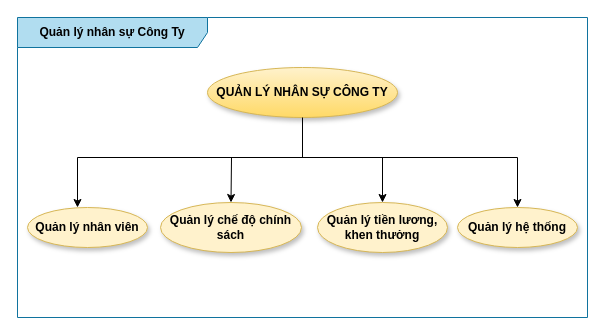
Above: Biểu đồ không có tiêu đề.drawio in phat289982/KiemTra_NguyenVietPhat (draw.io), before the change. Source tidied: cells renumbered, new cells numbered last; positions are measured from the earlier drawing's top-left corner, leaving out a move shared by most shapes. Both pictures are drawn from the tidied source at 100%, with x=0, y=0 at pixel (17, 17).
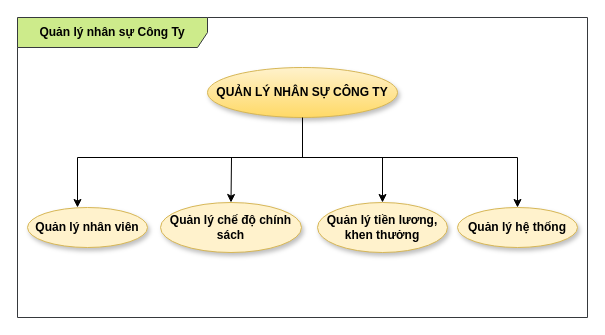
After the change.

Commit message:
Cập nhật Biểu đồ không có tiêu đề.drawio

Diff of the diagram source:
```diff
@@
 <mxGraphModel>
   <root>
     <mxCell id="0" />
     <mxCell id="1" parent="0" />
-    <mxCell id="2" value="Quản lý nhân sự Công Ty" style="shape=umlFrame;whiteSpace=wrap;html=1;width=190;height=30;fillColor=#b1ddf0;strokeColor=#10739e;fontStyle=1;" parent="1" vertex="1">
+    <mxCell id="2" value="Quản lý nhân sự Công Ty" style="shape=umlFrame;whiteSpace=wrap;html=1;width=190;height=30;fillColor=#cdeb8b;strokeColor=#36393d;fontStyle=1;" parent="1" vertex="1">
       <mxGeometry width="570" height="300" as="geometry" />
     </mxCell>
     <mxCell id="3" value="QUẢN LÝ NHÂN SỰ CÔNG TY" style="ellipse;whiteSpace=wrap;html=1;fillColor=#fff2cc;strokeColor=#d6b656;fillStyle=auto;shadow=1;sketch=0;fontStyle=1;gradientColor=#ffd966;" parent="1" vertex="1">
       <mxGeometry x="190" y="50" width="190" height="50" as="geometry" />
     </mxCell>
     <mxCell id="4" value="Quản lý nhân viên" style="ellipse;whiteSpace=wrap;html=1;fillColor=#fff2cc;strokeColor=#d6b656;shadow=1;fontStyle=1;" parent="1" vertex="1">
       <mxGeometry x="10" y="190" width="120" height="40" as="geometry" />
     </mxCell>
     <mxCell id="5" value="Quản lý chế độ chính sách" style="ellipse;whiteSpace=wrap;html=1;fontStyle=1;fillColor=#fff2cc;strokeColor=#d6b656;shadow=1;" parent="1" vertex="1">
       <mxGeometry x="143" y="185" width="141" height="50" as="geometry" />
     </mxCell>
     <mxCell id="6" value="Quản lý tiền lương,&lt;br&gt;khen thưởng" style="ellipse;whiteSpace=wrap;html=1;fontStyle=1;fillColor=#fff2cc;strokeColor=#d6b656;shadow=1;" parent="1" vertex="1">
       <mxGeometry x="300" y="185" width="130" height="50" as="geometry" />
     </mxCell>
     <mxCell id="7" value="Quản lý hệ thống" style="ellipse;whiteSpace=wrap;html=1;fontStyle=1;fillColor=#fff2cc;strokeColor=#d6b656;shadow=1;" parent="1" vertex="1">
       <mxGeometry x="440" y="190" width="120" height="40" as="geometry" />
     </mxCell>
     <mxCell id="8" style="endArrow=none;html=1;rounded=0;" parent="1" edge="1">
       <mxGeometry relative="1" as="geometry">
         <mxPoint x="60" y="140" as="sourcePoint" />
         <mxPoint x="500" y="140" as="targetPoint" />
       </mxGeometry>
     </mxCell>
     <mxCell id="9" style="endArrow=classic;html=1;rounded=0;" parent="1" edge="1">
       <mxGeometry relative="1" as="geometry">
         <mxPoint x="60" y="140" as="sourcePoint" />
         <mxPoint x="60" y="190" as="targetPoint" />
       </mxGeometry>
     </mxCell>
     <mxCell id="10" style="endArrow=classic;html=1;rounded=0;entryX=0.5;entryY=0;entryDx=0;entryDy=0;" parent="1" edge="1" target="5">
       <mxGeometry relative="1" as="geometry">
         <mxPoint x="214" y="140" as="sourcePoint" />
       </mxGeometry>
     </mxCell>
     <mxCell id="11" style="endArrow=classic;html=1;rounded=0;entryX=0.5;entryY=0;entryDx=0;entryDy=0;" parent="1" edge="1" target="6">
       <mxGeometry relative="1" as="geometry">
         <mxPoint x="365" y="140" as="sourcePoint" />
       </mxGeometry>
     </mxCell>
     <mxCell id="12" style="endArrow=classic;html=1;rounded=0;entryX=0.5;entryY=0;entryDx=0;entryDy=0;" parent="1" edge="1" target="7">
       <mxGeometry relative="1" as="geometry">
         <mxPoint x="500" y="140" as="sourcePoint" />
       </mxGeometry>
     </mxCell>
     <mxCell id="13" style="endArrow=none;html=1;rounded=0;exitX=0.5;exitY=1;exitDx=0;exitDy=0;" parent="1" edge="1" source="3">
       <mxGeometry relative="1" as="geometry">
         <mxPoint x="285" y="140" as="targetPoint" />
       </mxGeometry>
     </mxCell>
   </root>
 </mxGraphModel>
```
